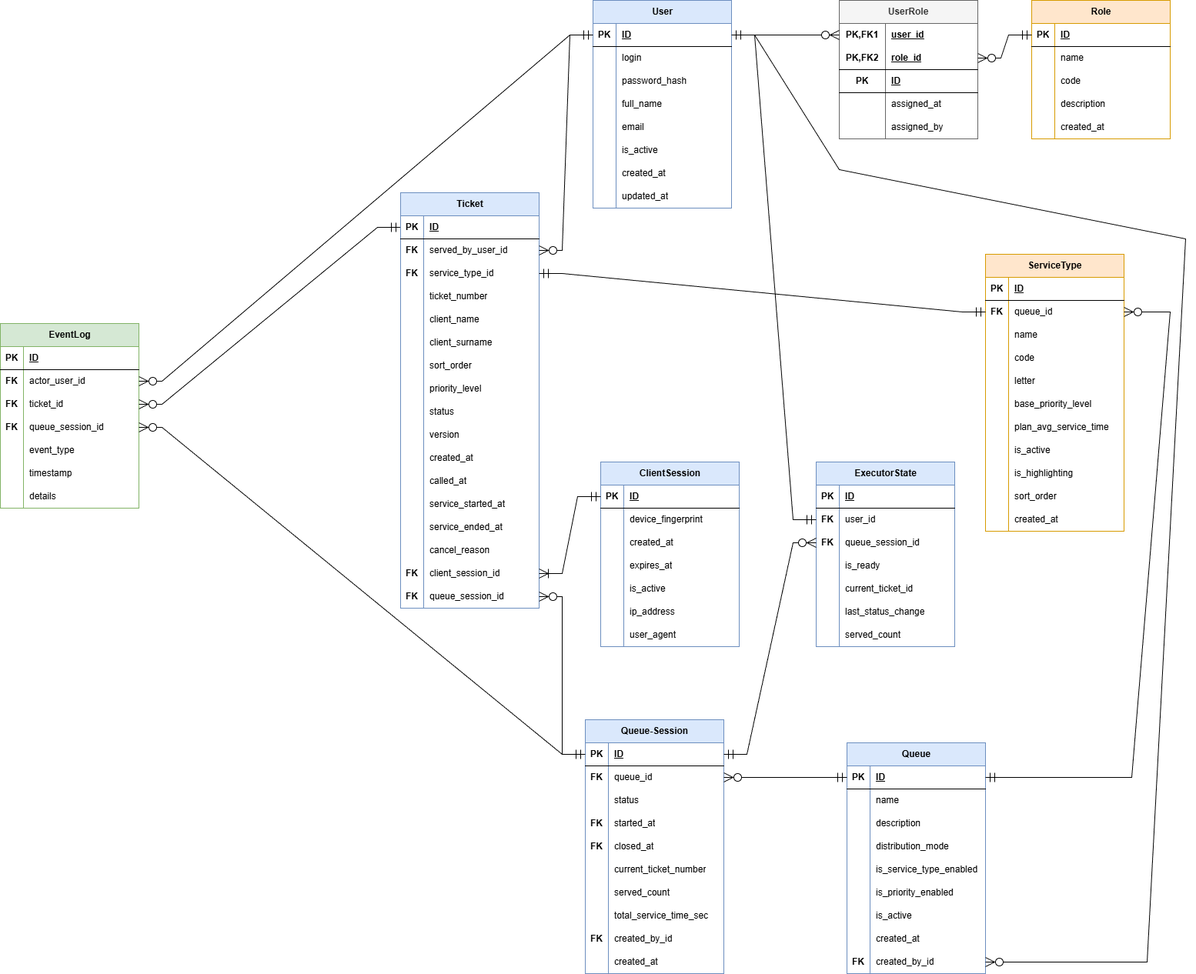
Above: docs/requirements/logical-data-model.png in DaL1ner/virtual_queue_management_system (draw.io), before the change. Source tidied: cells renumbered, new cells last; positions are measured from the earlier drawing's top-left corner, leaving out a move shared by most shapes.
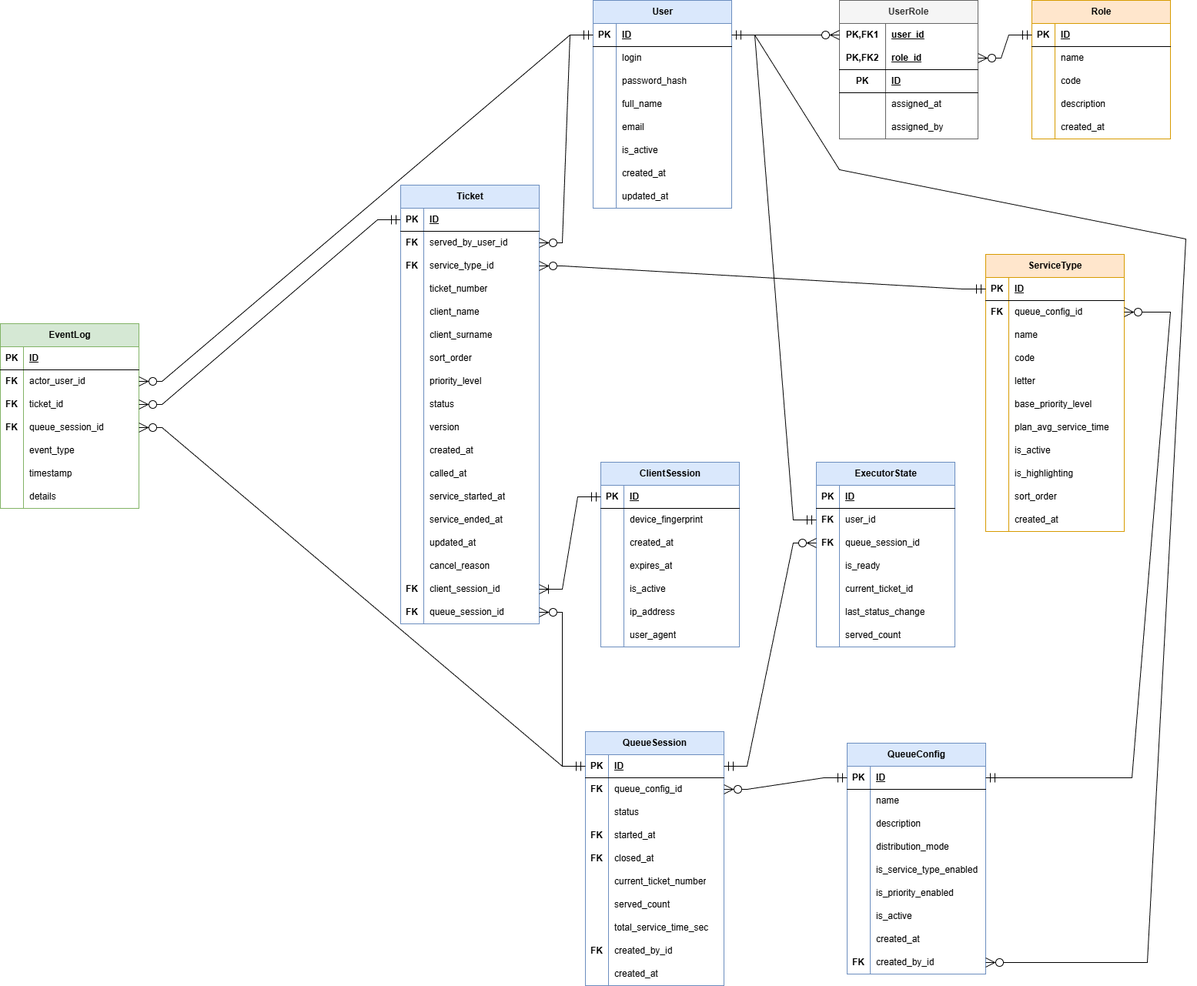
Above is the later version.

The edit, as a diff of the source:
```diff
@@ -173,7 +173,7 @@
     <mxCell id="58" value="assigned_by" style="shape=partialRectangle;fillColor=none;top=0;left=0;bottom=0;right=0;align=left;spacingLeft=6;overflow=hidden;html=1;whiteSpace=wrap;" parent="56" vertex="1">
       <mxGeometry x="60" width="120" height="30" as="geometry" />
     </mxCell>
-    <mxCell id="59" value="Queue" style="shape=table;startSize=30;rowLines=0;fontStyle=1;align=center;html=1;fillColor=#dae8fc;strokeColor=#6c8ebf;" parent="1" vertex="1">
+    <mxCell id="59" value="QueueConfig" style="shape=table;startSize=30;rowLines=0;fontStyle=1;align=center;html=1;fillColor=#dae8fc;strokeColor=#6c8ebf;" parent="1" vertex="1">
       <mxGeometry x="1100" y="965" width="180" height="300" as="geometry" />
     </mxCell>
     <mxCell id="60" style="shape=tableRow;horizontal=0;startSize=0;swimlaneHead=0;swimlaneBody=0;fillColor=none;points=[[0,0.5],[1,0.5]];portConstraint=eastwest;top=0;left=0;right=0;bottom=1;" parent="59" vertex="1">
@@ -257,8 +257,8 @@
     <mxCell id="86" value="created_by_id" style="shape=partialRectangle;fillColor=none;top=0;left=0;bottom=0;right=0;align=left;spacingLeft=6;overflow=hidden;whiteSpace=wrap;html=1;" parent="84" vertex="1">
       <mxGeometry x="30" width="150" height="30" as="geometry" />
     </mxCell>
-    <mxCell id="87" value="Queue-Session" style="shape=table;startSize=30;rowLines=0;fontStyle=1;align=center;html=1;fillColor=#dae8fc;strokeColor=#6c8ebf;" parent="1" vertex="1">
-      <mxGeometry x="760" y="935" width="180" height="330" as="geometry" />
+    <mxCell id="87" value="QueueSession" style="shape=table;startSize=30;rowLines=0;fontStyle=1;align=center;html=1;fillColor=#dae8fc;strokeColor=#6c8ebf;" parent="1" vertex="1">
+      <mxGeometry x="760" y="950" width="180" height="330" as="geometry" />
     </mxCell>
     <mxCell id="88" style="shape=tableRow;horizontal=0;startSize=0;swimlaneHead=0;swimlaneBody=0;fillColor=none;points=[[0,0.5],[1,0.5]];portConstraint=eastwest;top=0;left=0;right=0;bottom=1;" parent="87" vertex="1">
       <mxGeometry y="30" width="180" height="30" as="geometry" />
@@ -275,7 +275,7 @@
     <mxCell id="92" value="FK" style="shape=partialRectangle;fillColor=none;top=0;left=0;bottom=0;right=0;overflow=hidden;whiteSpace=wrap;html=1;fontStyle=1;" parent="91" vertex="1">
       <mxGeometry width="30" height="30" as="geometry" />
     </mxCell>
-    <mxCell id="93" value="queue_id" style="shape=partialRectangle;fillColor=none;top=0;left=0;bottom=0;right=0;align=left;spacingLeft=6;overflow=hidden;whiteSpace=wrap;html=1;" parent="91" vertex="1">
+    <mxCell id="93" value="queue_config_id" style="shape=partialRectangle;fillColor=none;top=0;left=0;bottom=0;right=0;align=left;spacingLeft=6;overflow=hidden;whiteSpace=wrap;html=1;" parent="91" vertex="1">
       <mxGeometry x="30" width="150" height="30" as="geometry" />
     </mxCell>
     <mxCell id="94" style="shape=tableRow;horizontal=0;startSize=0;swimlaneHead=0;swimlaneBody=0;fillColor=none;top=0;left=0;right=0;bottom=0;" parent="87" vertex="1">
@@ -368,7 +368,7 @@
     <mxCell id="123" value="FK" style="shape=partialRectangle;fillColor=none;top=0;left=0;bottom=0;right=0;overflow=hidden;whiteSpace=wrap;html=1;fontStyle=1;" parent="122" vertex="1">
       <mxGeometry width="30" height="30" as="geometry" />
     </mxCell>
-    <mxCell id="124" value="queue_id" style="shape=partialRectangle;fillColor=none;top=0;left=0;bottom=0;right=0;align=left;spacingLeft=6;overflow=hidden;whiteSpace=wrap;html=1;" parent="122" vertex="1">
+    <mxCell id="124" value="queue_config_id" style="shape=partialRectangle;fillColor=none;top=0;left=0;bottom=0;right=0;align=left;spacingLeft=6;overflow=hidden;whiteSpace=wrap;html=1;" parent="122" vertex="1">
       <mxGeometry x="30" width="150" height="30" as="geometry" />
     </mxCell>
     <mxCell id="125" style="shape=tableRow;horizontal=0;startSize=0;swimlaneHead=0;swimlaneBody=0;fillColor=none;top=0;left=0;right=0;bottom=0;" parent="118" vertex="1">
@@ -679,7 +679,7 @@
       </mxGeometry>
     </mxCell>
     <mxCell id="225" value="Ticket" style="shape=table;startSize=30;rowLines=0;fontStyle=1;align=center;html=1;fillColor=#dae8fc;strokeColor=#6c8ebf;" parent="1" vertex="1">
-      <mxGeometry x="520" y="250" width="180" height="540" as="geometry" />
+      <mxGeometry x="520" y="240" width="180" height="570" as="geometry" />
     </mxCell>
     <mxCell id="226" style="shape=tableRow;horizontal=0;startSize=0;swimlaneHead=0;swimlaneBody=0;fillColor=none;points=[[0,0.5],[1,0.5]];portConstraint=eastwest;top=0;left=0;right=0;bottom=1;" parent="225" vertex="1">
       <mxGeometry y="30" width="180" height="30" as="geometry" />
@@ -807,8 +807,17 @@
     <mxCell id="267" value="service_ended_at" style="shape=partialRectangle;fillColor=none;top=0;left=0;bottom=0;right=0;align=left;spacingLeft=6;overflow=hidden;whiteSpace=wrap;html=1;" parent="265" vertex="1">
       <mxGeometry x="30" width="150" height="30" as="geometry" />
     </mxCell>
+    <mxCell id="284" style="shape=tableRow;horizontal=0;startSize=0;swimlaneHead=0;swimlaneBody=0;fillColor=none;top=0;left=0;right=0;bottom=0;" parent="225" vertex="1">
+      <mxGeometry y="450" width="180" height="30" as="geometry" />
+    </mxCell>
+    <mxCell id="285" style="shape=partialRectangle;fillColor=none;top=0;left=0;bottom=0;right=0;overflow=hidden;whiteSpace=wrap;html=1;" parent="284" vertex="1">
+      <mxGeometry width="30" height="30" as="geometry" />
+    </mxCell>
+    <mxCell id="286" value="updated_at" style="shape=partialRectangle;fillColor=none;top=0;left=0;bottom=0;right=0;align=left;spacingLeft=6;overflow=hidden;whiteSpace=wrap;html=1;" parent="284" vertex="1">
+      <mxGeometry x="30" width="150" height="30" as="geometry" />
+    </mxCell>
     <mxCell id="268" style="shape=tableRow;horizontal=0;startSize=0;swimlaneHead=0;swimlaneBody=0;fillColor=none;top=0;left=0;right=0;bottom=0;" parent="225" vertex="1">
-      <mxGeometry y="450" width="180" height="30" as="geometry" />
+      <mxGeometry y="480" width="180" height="30" as="geometry" />
     </mxCell>
     <mxCell id="269" style="shape=partialRectangle;fillColor=none;top=0;left=0;bottom=0;right=0;overflow=hidden;whiteSpace=wrap;html=1;" parent="268" vertex="1">
       <mxGeometry width="30" height="30" as="geometry" />
@@ -817,7 +826,7 @@
       <mxGeometry x="30" width="150" height="30" as="geometry" />
     </mxCell>
     <mxCell id="271" style="shape=tableRow;horizontal=0;startSize=0;swimlaneHead=0;swimlaneBody=0;fillColor=none;points=[[0,0.5],[1,0.5]];portConstraint=eastwest;top=0;left=0;right=0;bottom=0;" parent="225" vertex="1">
-      <mxGeometry y="480" width="180" height="30" as="geometry" />
+      <mxGeometry y="510" width="180" height="30" as="geometry" />
     </mxCell>
     <mxCell id="272" value="&lt;span style=&quot;font-weight: 700;&quot;&gt;FK&lt;/span&gt;" style="shape=partialRectangle;fillColor=none;top=0;left=0;bottom=0;right=0;overflow=hidden;whiteSpace=wrap;html=1;" parent="271" vertex="1">
       <mxGeometry width="30" height="30" as="geometry" />
@@ -826,7 +835,7 @@
       <mxGeometry x="30" width="150" height="30" as="geometry" />
     </mxCell>
     <mxCell id="274" style="shape=tableRow;horizontal=0;startSize=0;swimlaneHead=0;swimlaneBody=0;fillColor=none;points=[[0,0.5],[1,0.5]];portConstraint=eastwest;top=0;left=0;right=0;bottom=0;" parent="225" vertex="1">
-      <mxGeometry y="510" width="180" height="30" as="geometry" />
+      <mxGeometry y="540" width="180" height="30" as="geometry" />
     </mxCell>
     <mxCell id="275" value="FK" style="shape=partialRectangle;fillColor=none;top=0;left=0;bottom=0;right=0;overflow=hidden;whiteSpace=wrap;html=1;fontStyle=1;" parent="274" vertex="1">
       <mxGeometry width="30" height="30" as="geometry" />
@@ -848,7 +857,7 @@
         </Array>
       </mxGeometry>
     </mxCell>
-    <mxCell id="280" style="edgeStyle=entityRelationEdgeStyle;shape=connector;rounded=0;jettySize=auto;html=1;exitX=1;exitY=0.5;exitDx=0;exitDy=0;entryX=0;entryY=0.5;entryDx=0;entryDy=0;strokeColor=default;align=center;verticalAlign=middle;fontFamily=Helvetica;fontSize=11;fontColor=default;labelBackgroundColor=default;startArrow=ERmandOne;startFill=0;startSize=10;endArrow=ERmandOne;endFill=0;endSize=10;" parent="1" edge="1" source="232" target="122">
+    <mxCell id="280" style="edgeStyle=entityRelationEdgeStyle;shape=connector;rounded=0;jettySize=auto;html=1;exitX=1;exitY=0.5;exitDx=0;exitDy=0;entryX=0;entryY=0.5;entryDx=0;entryDy=0;strokeColor=default;align=center;verticalAlign=middle;fontFamily=Helvetica;fontSize=11;fontColor=default;labelBackgroundColor=default;startArrow=ERzeroToMany;startFill=0;startSize=10;endArrow=ERmandOne;endFill=0;endSize=10;" parent="1" edge="1" source="232" target="119">
       <mxGeometry relative="1" as="geometry" />
     </mxCell>
     <mxCell id="281" style="edgeStyle=entityRelationEdgeStyle;shape=connector;rounded=0;jettySize=auto;html=1;exitX=1;exitY=0.5;exitDx=0;exitDy=0;entryX=0;entryY=0.5;entryDx=0;entryDy=0;strokeColor=default;align=center;verticalAlign=middle;fontFamily=Helvetica;fontSize=11;fontColor=default;labelBackgroundColor=default;startArrow=ERoneToMany;startFill=0;startSize=10;endArrow=ERmandOne;endFill=0;endSize=10;" parent="1" edge="1" source="271" target="175">
```
